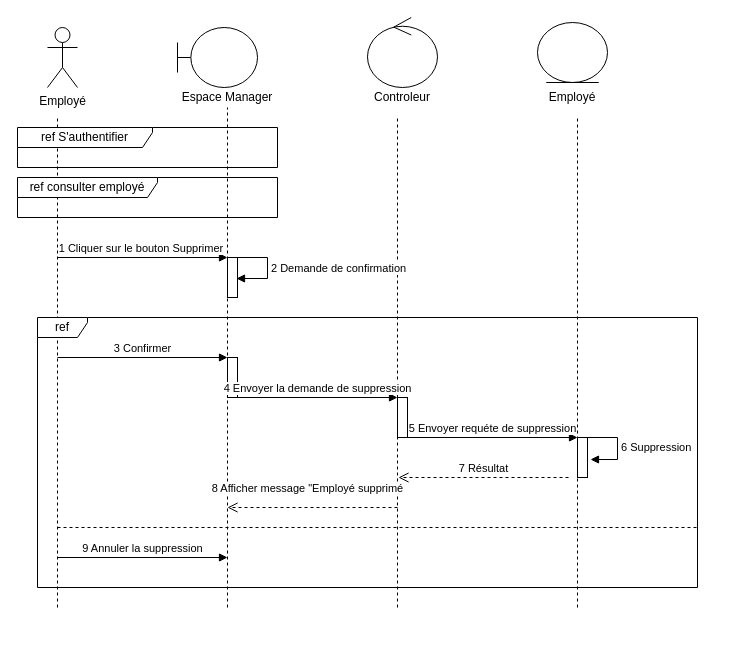
Above: Untitled Diagram.drawio in iheblatrech/form-inscription-react (draw.io), before the change. Source tidied: cells renumbered, new cells numbered last; positions are measured from the earlier drawing's top-left corner, leaving out a move shared by most shapes. Both pictures are drawn from the tidied source at 100%, with x=0, y=0 at pixel (17, 17).
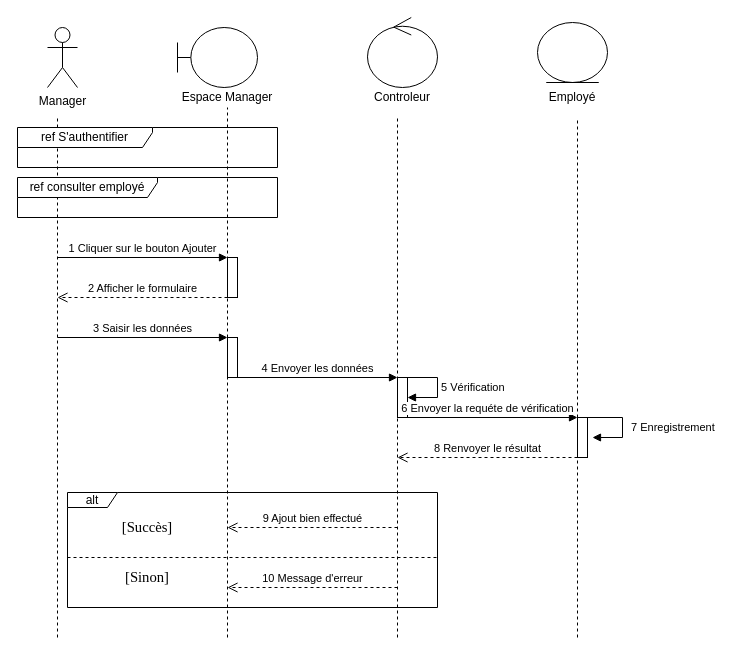
The same page after the edit.

Commit message:
ajout-employé

The change refers to these unchanged cells:
```xml
<mxCell id="6" value="Espace Manager" style="text;html=1;strokeColor=none;fillColor=none;align=center;verticalAlign=middle;whiteSpace=wrap;rounded=0;" parent="1" vertex="1">
  <mxGeometry x="130" y="70" width="160" height="20" as="geometry" />
</mxCell>
<mxCell id="17" style="html=1;points=[];perimeter=orthogonalPerimeter;" parent="1" vertex="1">
  <mxGeometry x="210" y="240" width="10" height="40" as="geometry" />
</mxCell>
```

What changed in the source:
```diff
@@
-    <mxCell id="2" value="Employé" style="shape=umlActor;verticalLabelPosition=bottom;verticalAlign=top;html=1;" parent="1" vertex="1">
+    <mxCell id="2" value="Manager" style="shape=umlActor;verticalLabelPosition=bottom;verticalAlign=top;html=1;" parent="1" vertex="1">
       <mxGeometry x="30" y="10" width="30" height="60" as="geometry" />
     </mxCell>
@@
     <mxCell id="10" style="endArrow=none;dashed=1;html=1;" parent="1" edge="1">
       <mxGeometry relative="1" as="geometry">
-        <mxPoint x="40" y="590" as="sourcePoint" />
+        <mxPoint x="40" y="620" as="sourcePoint" />
         <mxPoint x="40" y="100" as="targetPoint" />
       </mxGeometry>
     </mxCell>
     <mxCell id="11" style="endArrow=none;dashed=1;html=1;entryX=0.5;entryY=1;entryDx=0;entryDy=0;" parent="1" edge="1" target="6">
       <mxGeometry relative="1" as="geometry">
-        <mxPoint x="210" y="590" as="sourcePoint" />
+        <mxPoint x="210" y="620" as="sourcePoint" />
       </mxGeometry>
     </mxCell>
     <mxCell id="12" style="endArrow=none;dashed=1;html=1;" parent="1" edge="1">
       <mxGeometry relative="1" as="geometry">
-        <mxPoint x="380" y="590" as="sourcePoint" />
+        <mxPoint x="380" y="620" as="sourcePoint" />
         <mxPoint x="380" y="100" as="targetPoint" />
       </mxGeometry>
     </mxCell>
-    <mxCell id="13" style="endArrow=none;dashed=1;html=1;" parent="1" edge="1">
+    <mxCell id="13" style="endArrow=none;dashed=1;html=1;startArrow=none;" parent="1" edge="1" source="38">
       <mxGeometry relative="1" as="geometry">
-        <mxPoint x="560" y="590" as="sourcePoint" />
         <mxPoint x="560" y="100" as="targetPoint" />
       </mxGeometry>
     </mxCell>
@@
-    <mxCell id="16" value="1 Cliquer sur le bouton Supprimer&amp;nbsp;" style="html=1;verticalAlign=bottom;endArrow=block;" parent="1" edge="1">
+    <mxCell id="16" value="1 Cliquer sur le bouton Ajouter" style="html=1;verticalAlign=bottom;endArrow=block;" parent="1" edge="1">
       <mxGeometry relative="1" as="geometry">
         <mxPoint x="40" y="240" as="sourcePoint" />
         <mxPoint x="210" y="240" as="targetPoint" />
       </mxGeometry>
     </mxCell>
@@
-    <mxCell id="18" value="2 Demande de confirmation" style="edgeStyle=orthogonalEdgeStyle;html=1;align=left;spacingLeft=2;endArrow=block;rounded=0;entryX=0.9;entryY=0.525;entryDx=0;entryDy=0;entryPerimeter=0;" parent="1" edge="1" target="17">
-      <mxGeometry relative="1" as="geometry">
-        <mxPoint x="220" y="240" as="sourcePoint" />
-        <Array as="points">
-          <mxPoint x="250" y="240" />
-          <mxPoint x="250" y="261" />
-        </Array>
-      </mxGeometry>
-    </mxCell>
-    <mxCell id="19" value="ref" style="shape=umlFrame;whiteSpace=wrap;html=1;width=50;height=20;" parent="1" vertex="1">
-      <mxGeometry x="20" y="300" width="660" height="270" as="geometry" />
-    </mxCell>
-    <mxCell id="20" value="3 Confirmer" style="html=1;verticalAlign=bottom;endArrow=block;" parent="1" edge="1">
-      <mxGeometry relative="1" as="geometry">
-        <mxPoint x="40" y="340" as="sourcePoint" />
-        <mxPoint x="210" y="340" as="targetPoint" />
-      </mxGeometry>
-    </mxCell>
-    <mxCell id="21" style="html=1;perimeter=orthogonalPerimeter;" parent="1" vertex="1">
-      <mxGeometry x="210" y="340" width="10" height="40" as="geometry" />
-    </mxCell>
-    <mxCell id="22" value="4 Envoyer la demande de suppression" style="html=1;verticalAlign=bottom;endArrow=block;" parent="1" edge="1">
-      <mxGeometry relative="1" as="geometry">
-        <mxPoint x="220" y="380" as="sourcePoint" />
-        <mxPoint x="380" y="380" as="targetPoint" />
-      </mxGeometry>
-    </mxCell>
-    <mxCell id="23" style="html=1;perimeter=orthogonalPerimeter;" parent="1" vertex="1">
-      <mxGeometry x="380" y="380" width="10" height="40" as="geometry" />
-    </mxCell>
-    <mxCell id="24" value="5 Envoyer requéte de suppression" style="html=1;verticalAlign=bottom;endArrow=block;" parent="1" edge="1">
-      <mxGeometry relative="1" as="geometry">
-        <mxPoint x="390" y="420" as="sourcePoint" />
-        <mxPoint x="560" y="420" as="targetPoint" />
-      </mxGeometry>
-    </mxCell>
-    <mxCell id="25" style="html=1;points=[];perimeter=orthogonalPerimeter;" parent="1" vertex="1">
-      <mxGeometry x="560" y="420" width="10" height="40" as="geometry" />
-    </mxCell>
-    <mxCell id="26" value="6 Suppression" style="edgeStyle=orthogonalEdgeStyle;html=1;align=left;spacingLeft=2;endArrow=block;rounded=0;entryX=1.3;entryY=0.55;entryDx=0;entryDy=0;entryPerimeter=0;" parent="1" edge="1" target="25">
-      <mxGeometry relative="1" as="geometry">
-        <mxPoint x="570" y="420" as="sourcePoint" />
-        <Array as="points">
-          <mxPoint x="600" y="420" />
-          <mxPoint x="600" y="442" />
-        </Array>
-      </mxGeometry>
-    </mxCell>
-    <mxCell id="27" value="7 Résultat" style="html=1;verticalAlign=bottom;endArrow=open;dashed=1;endSize=8;" parent="1" edge="1">
-      <mxGeometry relative="1" as="geometry">
-        <mxPoint x="551" y="460" as="sourcePoint" />
-        <mxPoint x="381" y="460" as="targetPoint" />
-      </mxGeometry>
-    </mxCell>
-    <mxCell id="28" value="8 Afficher message &quot;Employé supprimé" style="html=1;verticalAlign=bottom;endArrow=open;dashed=1;endSize=8;" parent="1" edge="1">
-      <mxGeometry x="0.06" y="-10" relative="1" as="geometry">
-        <mxPoint x="380" y="490" as="sourcePoint" />
-        <mxPoint x="210" y="490" as="targetPoint" />
-      </mxGeometry>
-    </mxCell>
-    <mxCell id="29" style="endArrow=none;dashed=1;html=1;" parent="1" edge="1">
-      <mxGeometry relative="1" as="geometry">
-        <mxPoint x="40" y="510" as="sourcePoint" />
-        <mxPoint x="680" y="510" as="targetPoint" />
-        <Array as="points">
-          <mxPoint x="40" y="510" />
-        </Array>
-      </mxGeometry>
-    </mxCell>
-    <mxCell id="30" value="9 Annuler la suppression" style="html=1;verticalAlign=bottom;endArrow=block;" parent="1" edge="1">
-      <mxGeometry relative="1" as="geometry">
-        <mxPoint x="40" y="540" as="sourcePoint" />
-        <mxPoint x="210" y="540" as="targetPoint" />
-      </mxGeometry>
-    </mxCell>
+    <mxCell id="31" value="2 Afficher le formulaire" style="html=1;verticalAlign=bottom;endArrow=open;dashed=1;endSize=8;" parent="1" edge="1">
+      <mxGeometry relative="1" as="geometry">
+        <mxPoint x="210" y="280" as="sourcePoint" />
+        <mxPoint x="40" y="280" as="targetPoint" />
+      </mxGeometry>
+    </mxCell>
+    <mxCell id="32" value="3 Saisir les données" style="html=1;verticalAlign=bottom;endArrow=block;" parent="1" edge="1">
+      <mxGeometry relative="1" as="geometry">
+        <mxPoint x="40" y="320" as="sourcePoint" />
+        <mxPoint x="210" y="320" as="targetPoint" />
+      </mxGeometry>
+    </mxCell>
+    <mxCell id="33" style="html=1;perimeter=orthogonalPerimeter;" parent="1" vertex="1">
+      <mxGeometry x="210" y="320" width="10" height="40" as="geometry" />
+    </mxCell>
+    <mxCell id="34" value="4 Envoyer les données" style="html=1;verticalAlign=bottom;endArrow=block;" parent="1" edge="1">
+      <mxGeometry relative="1" as="geometry">
+        <mxPoint x="220" y="360" as="sourcePoint" />
+        <mxPoint x="380" y="360" as="targetPoint" />
+      </mxGeometry>
+    </mxCell>
+    <mxCell id="35" style="html=1;points=[];perimeter=orthogonalPerimeter;" parent="1" vertex="1">
+      <mxGeometry x="380" y="360" width="10" height="40" as="geometry" />
+    </mxCell>
+    <mxCell id="36" value="5 Vérification" style="edgeStyle=orthogonalEdgeStyle;html=1;align=left;spacingLeft=2;endArrow=block;rounded=0;entryX=1;entryY=0.5;entryDx=0;entryDy=0;entryPerimeter=0;" parent="1" edge="1" target="35">
+      <mxGeometry relative="1" as="geometry">
+        <mxPoint x="390" y="360" as="sourcePoint" />
+        <Array as="points">
+          <mxPoint x="420" y="360" />
+          <mxPoint x="420" y="380" />
+        </Array>
+      </mxGeometry>
+    </mxCell>
+    <mxCell id="37" value="6 Envoyer la requéte de vérification" style="html=1;verticalAlign=bottom;endArrow=block;" parent="1" edge="1">
+      <mxGeometry relative="1" as="geometry">
+        <mxPoint x="380" y="400" as="sourcePoint" />
+        <mxPoint x="560" y="400" as="targetPoint" />
+      </mxGeometry>
+    </mxCell>
+    <mxCell id="38" style="html=1;points=[];perimeter=orthogonalPerimeter;" parent="1" vertex="1">
+      <mxGeometry x="560" y="400" width="10" height="40" as="geometry" />
+    </mxCell>
+    <mxCell id="39" style="endArrow=none;dashed=1;html=1;" parent="1" edge="1" target="38">
+      <mxGeometry relative="1" as="geometry">
+        <mxPoint x="560" y="620" as="sourcePoint" />
+      </mxGeometry>
+    </mxCell>
+    <mxCell id="40" value="7 Enregistrement" style="edgeStyle=orthogonalEdgeStyle;html=1;align=left;spacingLeft=2;endArrow=block;rounded=0;exitX=0.9;exitY=0;exitDx=0;exitDy=0;exitPerimeter=0;" parent="1" edge="1" source="38">
+      <mxGeometry x="0.07" y="5" relative="1" as="geometry">
+        <mxPoint x="575" y="420" as="targetPoint" />
+        <Array as="points">
+          <mxPoint x="605" y="400" />
+          <mxPoint x="605" y="420" />
+        </Array>
+      </mxGeometry>
+    </mxCell>
+    <mxCell id="41" value="8 Renvoyer le résultat" style="html=1;verticalAlign=bottom;endArrow=open;dashed=1;endSize=8;" parent="1" edge="1">
+      <mxGeometry relative="1" as="geometry">
+        <mxPoint x="560" y="440" as="sourcePoint" />
+        <mxPoint x="380" y="440" as="targetPoint" />
+      </mxGeometry>
+    </mxCell>
+    <mxCell id="42" value="alt" style="shape=umlFrame;whiteSpace=wrap;html=1;width=50;height=15;" parent="1" vertex="1">
+      <mxGeometry x="50" y="475" width="370" height="115" as="geometry" />
+    </mxCell>
+    <mxCell id="43" value="9 Ajout bien effectué" style="html=1;verticalAlign=bottom;endArrow=open;dashed=1;endSize=8;" parent="1" edge="1">
+      <mxGeometry relative="1" as="geometry">
+        <mxPoint x="380" y="510" as="sourcePoint" />
+        <mxPoint x="210" y="510" as="targetPoint" />
+      </mxGeometry>
+    </mxCell>
+    <mxCell id="44" value="&lt;span style=&quot;font-size: 11pt ; line-height: 115% ; font-family: &amp;#34;times new roman&amp;#34; , serif&quot;&gt;[Succès]&lt;/span&gt;" style="text;html=1;strokeColor=none;fillColor=none;align=center;verticalAlign=middle;whiteSpace=wrap;rounded=0;" parent="1" vertex="1">
+      <mxGeometry x="110" y="500" width="40" height="20" as="geometry" />
+    </mxCell>
+    <mxCell id="45" style="endArrow=none;dashed=1;html=1;" parent="1" edge="1">
+      <mxGeometry relative="1" as="geometry">
+        <mxPoint x="50" y="540" as="sourcePoint" />
+        <mxPoint x="420" y="540" as="targetPoint" />
+      </mxGeometry>
+    </mxCell>
+    <mxCell id="46" value="10 Message d'erreur" style="html=1;verticalAlign=bottom;endArrow=open;dashed=1;endSize=8;" parent="1" edge="1">
+      <mxGeometry relative="1" as="geometry">
+        <mxPoint x="380" y="570" as="sourcePoint" />
+        <mxPoint x="210" y="570" as="targetPoint" />
+      </mxGeometry>
+    </mxCell>
+    <mxCell id="47" value="&lt;span style=&quot;font-size: 11pt ; line-height: 115% ; font-family: &amp;#34;times new roman&amp;#34; , serif&quot;&gt;[Sinon]&lt;/span&gt;" style="text;html=1;strokeColor=none;fillColor=none;align=center;verticalAlign=middle;whiteSpace=wrap;rounded=0;" parent="1" vertex="1">
+      <mxGeometry x="110" y="550" width="40" height="20" as="geometry" />
+    </mxCell>
```
